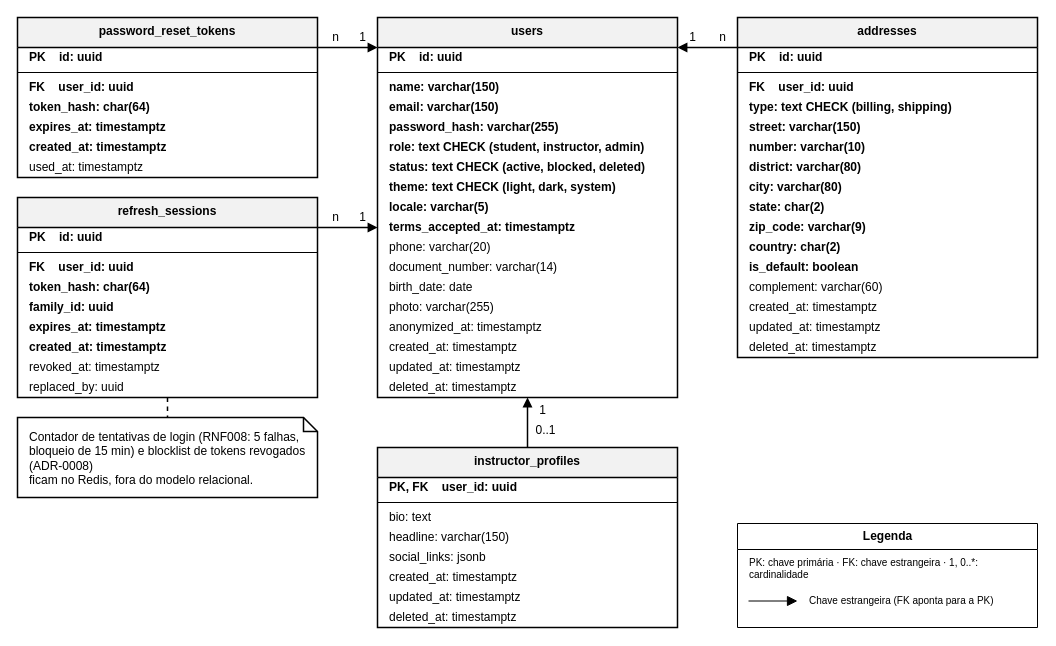
The draw.io diagram especificacao/diagramas/12-modelo-de-dados-area-a.drawio in Plataforma-de-Cursos-TCC/plataforma-cursos-docs, before the edit. Source tidied: cells renumbered, new cells numbered last; positions are measured from the earlier drawing's top-left corner, leaving out a move shared by most shapes. Both pictures are drawn from the tidied source at 100%, with x=0, y=0 at pixel (17, 17).
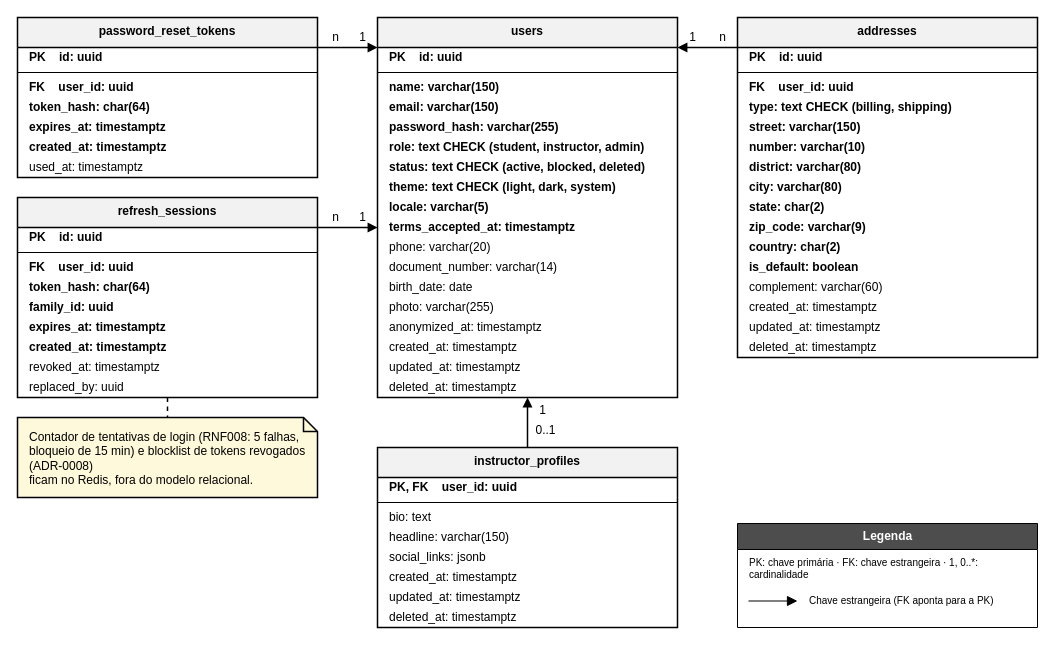
After the change.

What changed in the source:
```diff
@@
-    <mxCell id="65" value="Contador de tentativas de login (RNF008: 5 falhas, bloqueio de 15 min) e blocklist de tokens revogados (ADR-0008)&lt;br&gt;ficam no Redis, fora do modelo relacional." style="shape=note;whiteSpace=wrap;html=1;size=14;verticalAlign=top;align=left;spacingTop=6;spacingLeft=10;spacingRight=10;spacingBottom=6;fillColor=#FFFFFF;strokeColor=#000000;strokeWidth=1.5;fontFamily=Helvetica;fontSize=12;" parent="1" vertex="1">
+    <mxCell id="65" value="Contador de tentativas de login (RNF008: 5 falhas, bloqueio de 15 min) e blocklist de tokens revogados (ADR-0008)&lt;br&gt;ficam no Redis, fora do modelo relacional." style="shape=note;whiteSpace=wrap;html=1;size=14;verticalAlign=top;align=left;spacingTop=6;spacingLeft=10;spacingRight=10;spacingBottom=6;fillColor=#FFF9DB;strokeColor=#000000;strokeWidth=1.5;fontFamily=Helvetica;fontSize=12;" parent="1" vertex="1">
       <mxGeometry y="400" width="300" height="80" as="geometry" />
     </mxCell>
@@
-    <mxCell id="79" value="Legenda" style="swimlane;html=1;rounded=0;startSize=26;fontStyle=1;fillColor=#FFFFFF;swimlaneFillColor=#FFFFFF;strokeColor=#000000;" parent="1" vertex="1">
+    <mxCell id="79" value="Legenda" style="swimlane;html=1;rounded=0;startSize=26;fontStyle=1;fillColor=#4D4D4D;fontColor=#FFFFFF;swimlaneFillColor=#FFFFFF;strokeColor=#000000;" parent="1" vertex="1">
       <mxGeometry x="720" y="506" width="300" height="104" as="geometry" />
     </mxCell>
```
